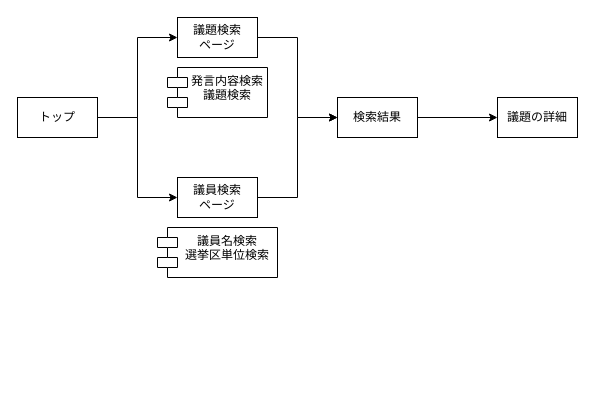
This is Untitled Diagram.drawio from tukuhuse/myportfolio, a draw.io file, before an edit. Source tidied: cells renumbered, new cells numbered last; positions are measured from the earlier drawing's top-left corner, leaving out a move shared by most shapes. Both pictures are drawn from the tidied source at 100%, with x=0, y=0 at pixel (17, 17).
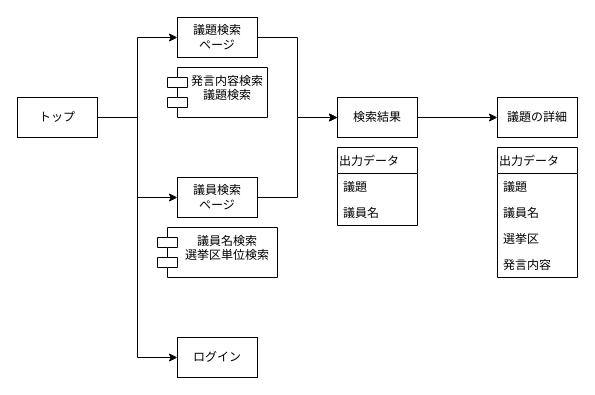
Above is the later version.

Commit message:
ログインなし

The change refers to these unchanged cells:
```xml
<mxCell id="4" value="トップ" style="rounded=0;whiteSpace=wrap;html=1;" parent="1" vertex="1">
  <mxGeometry y="80" width="80" height="40" as="geometry" />
</mxCell>
```

Change to the diagram source:
```diff
@@
+    <mxCell id="15" style="edgeStyle=orthogonalEdgeStyle;rounded=0;jettySize=auto;html=1;entryX=0;entryY=0.5;entryDx=0;entryDy=0;" parent="1" edge="1" source="4" target="24">
+      <mxGeometry relative="1" as="geometry" />
+    </mxCell>
@@
+    <mxCell id="16" value="出力データ" style="swimlane;fontStyle=0;horizontal=1;startSize=26;fillColor=none;align=left;" parent="1" vertex="1">
+      <mxGeometry x="320" y="130" width="80" height="78" as="geometry" />
+    </mxCell>
+    <mxCell id="17" value="議題" style="text;strokeColor=none;fillColor=none;align=left;verticalAlign=top;spacingLeft=4;spacingRight=4;overflow=hidden;" parent="16" vertex="1">
+      <mxGeometry y="26" width="80" height="26" as="geometry" />
+    </mxCell>
+    <mxCell id="18" value="議員名" style="text;strokeColor=none;fillColor=none;align=left;verticalAlign=top;spacingLeft=4;spacingRight=4;overflow=hidden;" parent="16" vertex="1">
+      <mxGeometry y="52" width="80" height="26" as="geometry" />
+    </mxCell>
+    <mxCell id="19" value="出力データ" style="swimlane;fontStyle=0;horizontal=1;startSize=26;fillColor=none;align=left;" parent="1" vertex="1">
+      <mxGeometry x="480" y="130" width="80" height="130" as="geometry" />
+    </mxCell>
+    <mxCell id="20" value="議題" style="text;strokeColor=none;fillColor=none;align=left;verticalAlign=top;spacingLeft=4;spacingRight=4;overflow=hidden;" parent="19" vertex="1">
+      <mxGeometry y="26" width="80" height="26" as="geometry" />
+    </mxCell>
+    <mxCell id="21" value="議員名" style="text;strokeColor=none;fillColor=none;align=left;verticalAlign=top;spacingLeft=4;spacingRight=4;overflow=hidden;" parent="19" vertex="1">
+      <mxGeometry y="52" width="80" height="26" as="geometry" />
+    </mxCell>
+    <mxCell id="22" value="選挙区" style="text;strokeColor=none;fillColor=none;align=left;verticalAlign=top;spacingLeft=4;spacingRight=4;overflow=hidden;" parent="19" vertex="1">
+      <mxGeometry y="78" width="80" height="26" as="geometry" />
+    </mxCell>
+    <mxCell id="23" value="発言内容" style="text;strokeColor=none;fillColor=none;align=left;verticalAlign=top;spacingLeft=4;spacingRight=4;overflow=hidden;" parent="19" vertex="1">
+      <mxGeometry y="104" width="80" height="26" as="geometry" />
+    </mxCell>
+    <mxCell id="24" value="ログイン" style="rounded=0;whiteSpace=wrap;html=1;align=center;" parent="1" vertex="1">
+      <mxGeometry x="160" y="320" width="80" height="40" as="geometry" />
+    </mxCell>
```
